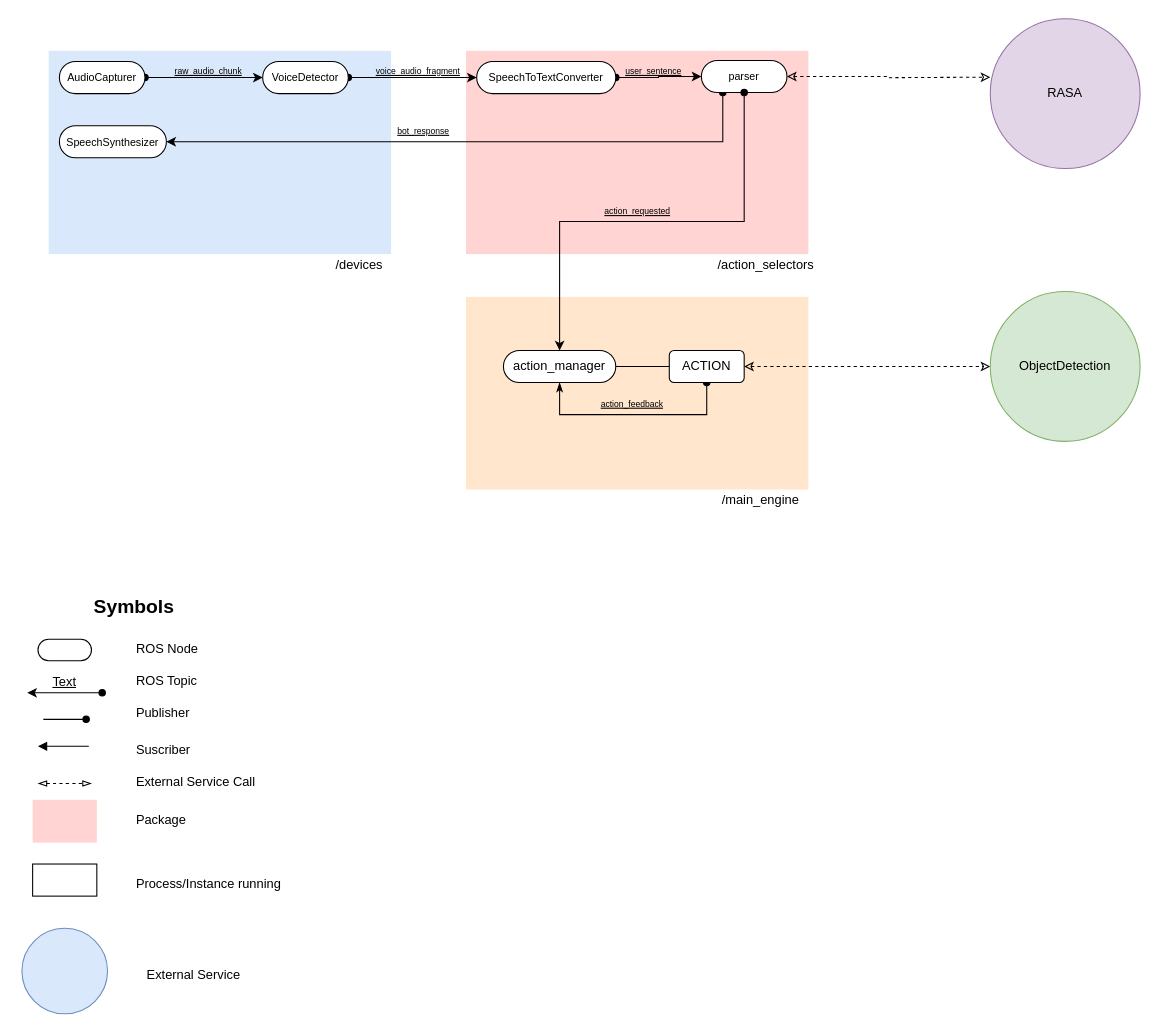
This is Untitled Diagram.drawio from RoBorregos/robocup-home, a draw.io file, before an edit. Source tidied: cells renumbered, new cells numbered last; positions are measured from the earlier drawing's top-left corner, leaving out a move shared by most shapes. Both pictures are drawn from the tidied source at 107%, with x=0, y=0 at pixel (21, 18).
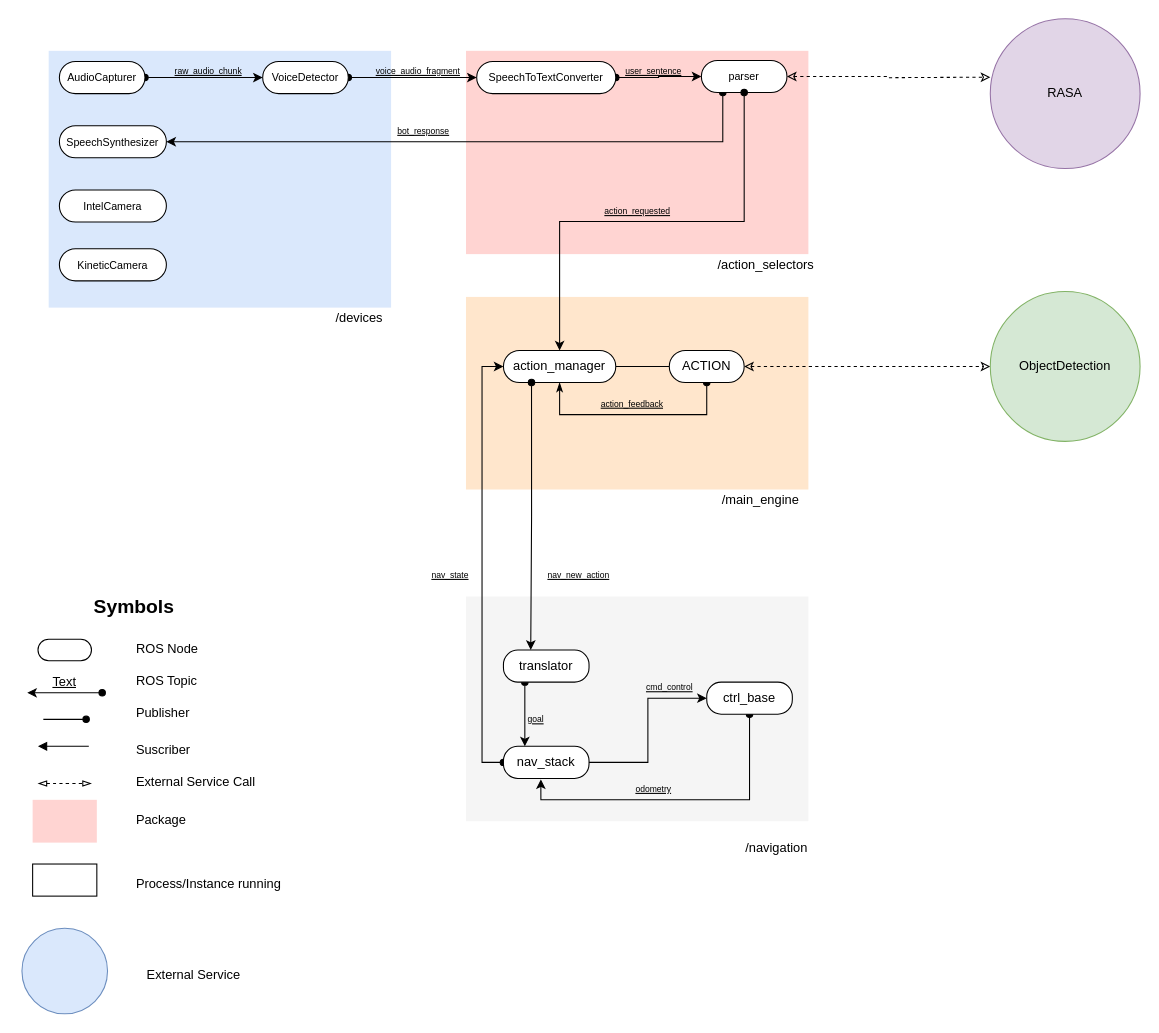
Above is the later version.

Unchanged cells that the change refers to:
```xml
<mxCell id="39" value="action_manager" style="rounded=1;whiteSpace=wrap;html=1;arcSize=50;" parent="1" vertex="1">
  <mxGeometry x="450" y="310" width="105" height="30" as="geometry" />
</mxCell>
```

Change to the diagram source:
```diff
@@
     <mxCell id="19" style="rounded=0;whiteSpace=wrap;html=1;fillColor=#dae8fc;strokeColor=none;" parent="1" vertex="1">
-      <mxGeometry x="25" y="30" width="320" height="190" as="geometry" />
+      <mxGeometry x="25" y="30" width="320" height="240" as="geometry" />
     </mxCell>
     <mxCell id="20" value="/devices" style="text;html=1;align=center;verticalAlign=middle;" parent="1" vertex="1">
-      <mxGeometry x="285" y="220" width="60" height="20" as="geometry" />
+      <mxGeometry x="285" y="270" width="60" height="20" as="geometry" />
     </mxCell>
@@
-    <mxCell id="44" value="ACTION" style="rounded=1;whiteSpace=wrap;html=1;" parent="1" vertex="1">
+    <mxCell id="44" value="ACTION" style="rounded=1;whiteSpace=wrap;html=1;arcSize=50;" parent="1" vertex="1">
       <mxGeometry x="605" y="310" width="70" height="30" as="geometry" />
     </mxCell>
@@
+    <mxCell id="50" value="&lt;span style=&quot;font-size: 10px&quot;&gt;IntelCamera&lt;/span&gt;" style="rounded=1;whiteSpace=wrap;html=1;arcSize=50;" parent="1" vertex="1">
+      <mxGeometry x="35" y="160" width="100" height="30" as="geometry" />
+    </mxCell>
+    <mxCell id="51" value="&lt;span style=&quot;font-size: 10px&quot;&gt;KineticCamera&lt;/span&gt;" style="rounded=1;whiteSpace=wrap;html=1;arcSize=50;" parent="1" vertex="1">
+      <mxGeometry x="35" y="215" width="100" height="30" as="geometry" />
+    </mxCell>
+    <mxCell id="52" style="rounded=0;whiteSpace=wrap;html=1;fillColor=#f5f5f5;strokeColor=none;fontColor=#333333;" parent="1" vertex="1">
+      <mxGeometry x="415" y="540" width="320" height="210" as="geometry" />
+    </mxCell>
+    <mxCell id="53" value="/navigation" style="text;html=1;align=center;verticalAlign=middle;" parent="1" vertex="1">
+      <mxGeometry x="670" y="765" width="70" height="20" as="geometry" />
+    </mxCell>
+    <mxCell id="54" style="edgeStyle=orthogonalEdgeStyle;rounded=0;jettySize=auto;html=1;exitX=1;exitY=0.5;exitDx=0;exitDy=0;entryX=0;entryY=0.5;entryDx=0;entryDy=0;" parent="1" edge="1" source="56" target="58">
+      <mxGeometry relative="1" as="geometry" />
+    </mxCell>
+    <mxCell id="55" style="edgeStyle=orthogonalEdgeStyle;rounded=0;jettySize=auto;html=1;exitX=0;exitY=0.5;exitDx=0;exitDy=0;entryX=0;entryY=0.5;entryDx=0;entryDy=0;startArrow=oval;startFill=1;" parent="1" edge="1" source="56" target="39">
+      <mxGeometry relative="1" as="geometry" />
+    </mxCell>
+    <mxCell id="56" value="nav_stack" style="rounded=1;whiteSpace=wrap;html=1;arcSize=45;" parent="1" vertex="1">
+      <mxGeometry x="450" y="680" width="80" height="30" as="geometry" />
+    </mxCell>
+    <mxCell id="57" style="edgeStyle=orthogonalEdgeStyle;rounded=0;jettySize=auto;html=1;exitX=0.5;exitY=1;exitDx=0;exitDy=0;entryX=0.437;entryY=1.03;entryDx=0;entryDy=0;entryPerimeter=0;startArrow=oval;startFill=1;" parent="1" edge="1" source="58" target="56">
+      <mxGeometry relative="1" as="geometry" />
+    </mxCell>
+    <mxCell id="58" value="ctrl_base" style="rounded=1;whiteSpace=wrap;html=1;arcSize=45;" parent="1" vertex="1">
+      <mxGeometry x="640" y="620" width="80" height="30" as="geometry" />
+    </mxCell>
+    <mxCell id="59" value="&lt;u&gt;cmd_control&lt;br&gt;&lt;/u&gt;" style="text;html=1;align=center;verticalAlign=middle;fontSize=8;" parent="1" vertex="1">
+      <mxGeometry x="575" y="615" width="60" height="20" as="geometry" />
+    </mxCell>
+    <mxCell id="60" value="&lt;u&gt;nav_new_action&lt;/u&gt;" style="text;html=1;align=center;verticalAlign=middle;fontSize=8;" parent="1" vertex="1">
+      <mxGeometry x="485" y="510" width="70" height="20" as="geometry" />
+    </mxCell>
+    <mxCell id="61" value="&lt;u&gt;nav_state&lt;/u&gt;" style="text;html=1;align=center;verticalAlign=middle;fontSize=8;" parent="1" vertex="1">
+      <mxGeometry x="375" y="510" width="50" height="20" as="geometry" />
+    </mxCell>
+    <mxCell id="62" style="edgeStyle=orthogonalEdgeStyle;rounded=0;jettySize=auto;html=1;exitX=0.25;exitY=1;exitDx=0;exitDy=0;entryX=0.25;entryY=0;entryDx=0;entryDy=0;startArrow=oval;startFill=1;" parent="1" edge="1" source="63" target="56">
+      <mxGeometry relative="1" as="geometry" />
+    </mxCell>
+    <mxCell id="63" value="translator" style="rounded=1;whiteSpace=wrap;html=1;arcSize=45;" parent="1" vertex="1">
+      <mxGeometry x="450" y="590" width="80" height="30" as="geometry" />
+    </mxCell>
+    <mxCell id="64" style="edgeStyle=orthogonalEdgeStyle;rounded=0;jettySize=auto;html=1;exitX=0.25;exitY=1;exitDx=0;exitDy=0;entryX=0.319;entryY=-0.004;entryDx=0;entryDy=0;entryPerimeter=0;startArrow=oval;startFill=1;" parent="1" edge="1" source="39" target="63">
+      <mxGeometry relative="1" as="geometry">
+        <Array as="points">
+          <mxPoint x="476" y="465" />
+          <mxPoint x="476" y="465" />
+        </Array>
+      </mxGeometry>
+    </mxCell>
+    <mxCell id="65" value="&lt;u&gt;odometry&lt;br&gt;&lt;/u&gt;" style="text;html=1;align=center;verticalAlign=middle;fontSize=8;" parent="1" vertex="1">
+      <mxGeometry x="565" y="710" width="50" height="20" as="geometry" />
+    </mxCell>
+    <mxCell id="66" value="&lt;u&gt;goal&lt;br&gt;&lt;/u&gt;" style="text;html=1;align=center;verticalAlign=middle;fontSize=8;" parent="1" vertex="1">
+      <mxGeometry x="465" y="645" width="30" height="20" as="geometry" />
+    </mxCell>
```
